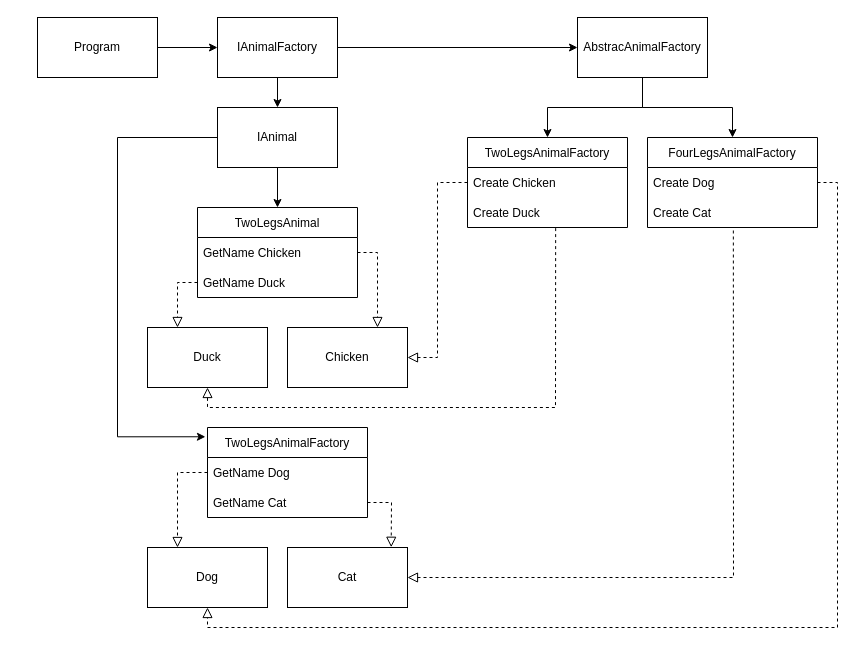
This is Abstract Factory.drawio from haihak/haihak, a draw.io file, before an edit. Source tidied: cells renumbered, new cells numbered last; positions are measured from the earlier drawing's top-left corner, leaving out a move shared by most shapes. Both pictures are drawn from the tidied source at 100%, with x=0, y=0 at pixel (37, 17).
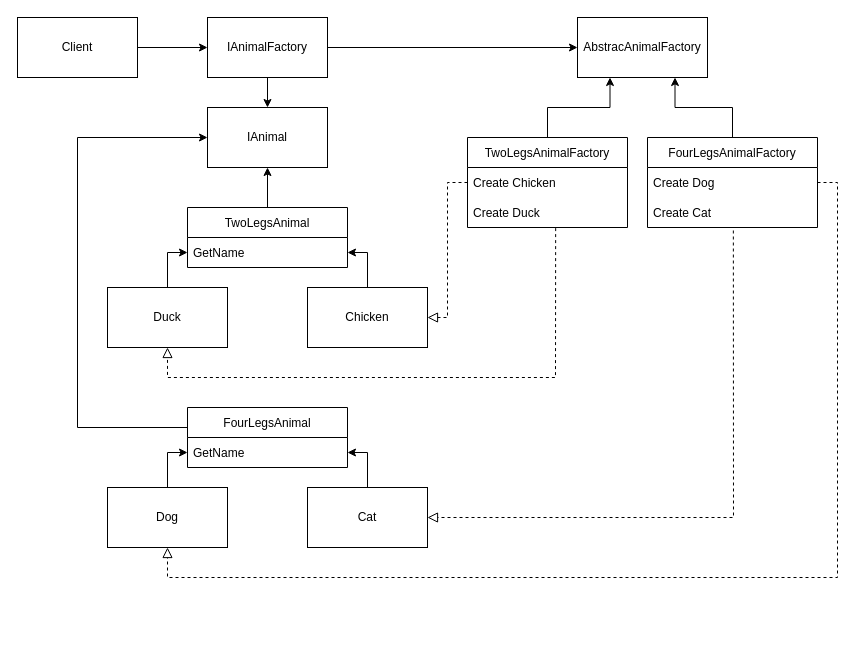
The same diagram, later.

Unchanged cells that the change refers to:
```xml
<mxCell id="12" value="AbstracAnimalFactory" style="rounded=0;whiteSpace=wrap;html=1;" parent="1" vertex="1">
  <mxGeometry x="540" width="130" height="60" as="geometry" />
</mxCell>
<mxCell id="13" value="TwoLegsAnimalFactory" style="swimlane;fontStyle=0;horizontal=1;startSize=30;" parent="1" vertex="1">
  <mxGeometry x="430" y="120" width="160" height="90" as="geometry" />
</mxCell>
<mxCell id="14" value="Create Chicken" style="text;strokeColor=none;fillColor=none;align=left;verticalAlign=middle;spacingLeft=4;spacingRight=4;overflow=hidden;points=[[0,0.5],[1,0.5]];portConstraint=eastwest;" parent="13" vertex="1">
  <mxGeometry y="30" width="160" height="30" as="geometry" />
</mxCell>
<mxCell id="15" value="Create Duck" style="text;strokeColor=none;fillColor=none;align=left;verticalAlign=middle;spacingLeft=4;spacingRight=4;overflow=hidden;points=[[0,0.5],[1,0.5]];portConstraint=eastwest;" parent="13" vertex="1">
  <mxGeometry y="60" width="160" height="30" as="geometry" />
</mxCell>
<mxCell id="16" value="FourLegsAnimalFactory" style="swimlane;fontStyle=0;horizontal=1;startSize=30;" parent="1" vertex="1">
  <mxGeometry x="610" y="120" width="170" height="90" as="geometry" />
</mxCell>
<mxCell id="17" value="Create Dog" style="text;strokeColor=none;fillColor=none;align=left;verticalAlign=middle;spacingLeft=4;spacingRight=4;overflow=hidden;points=[[0,0.5],[1,0.5]];portConstraint=eastwest;" parent="16" vertex="1">
  <mxGeometry y="30" width="170" height="30" as="geometry" />
</mxCell>
<mxCell id="18" value="Create Cat" style="text;strokeColor=none;fillColor=none;align=left;verticalAlign=middle;spacingLeft=4;spacingRight=4;overflow=hidden;points=[[0,0.5],[1,0.5]];portConstraint=eastwest;" parent="16" vertex="1">
  <mxGeometry y="60" width="170" height="30" as="geometry" />
</mxCell>
```

The edit, as a diff of the source:
```diff
@@
-    <mxCell id="3" value="Program" style="rounded=0;whiteSpace=wrap;html=1;" parent="1" vertex="1">
-      <mxGeometry width="120" height="60" as="geometry" />
+    <mxCell id="3" value="Client" style="rounded=0;whiteSpace=wrap;html=1;" parent="1" vertex="1">
+      <mxGeometry x="-20" width="120" height="60" as="geometry" />
     </mxCell>
@@
     <mxCell id="6" value="IAnimalFactory" style="rounded=0;whiteSpace=wrap;html=1;" parent="1" vertex="1">
-      <mxGeometry x="180" width="120" height="60" as="geometry" />
+      <mxGeometry x="170" width="120" height="60" as="geometry" />
     </mxCell>
-    <mxCell id="7" style="edgeStyle=orthogonalEdgeStyle;rounded=0;jettySize=auto;html=1;entryX=0.5;entryY=0;entryDx=0;entryDy=0;" parent="1" edge="1" source="9" target="27">
-      <mxGeometry relative="1" as="geometry" />
-    </mxCell>
-    <mxCell id="8" style="edgeStyle=orthogonalEdgeStyle;rounded=0;jettySize=auto;html=1;entryX=-0.013;entryY=0.103;entryDx=0;entryDy=0;entryPerimeter=0;" parent="1" edge="1" source="9" target="32">
-      <mxGeometry relative="1" as="geometry">
-        <Array as="points">
-          <mxPoint x="80" y="120" />
-          <mxPoint x="80" y="420" />
-          <mxPoint x="168" y="420" />
-        </Array>
-      </mxGeometry>
-    </mxCell>
     <mxCell id="9" value="IAnimal" style="rounded=0;whiteSpace=wrap;html=1;" parent="1" vertex="1">
-      <mxGeometry x="180" y="90" width="120" height="60" as="geometry" />
+      <mxGeometry x="170" y="90" width="120" height="60" as="geometry" />
     </mxCell>
-    <mxCell id="10" style="edgeStyle=orthogonalEdgeStyle;rounded=0;jettySize=auto;html=1;" parent="1" edge="1" source="12" target="13">
-      <mxGeometry relative="1" as="geometry" />
-    </mxCell>
-    <mxCell id="11" style="edgeStyle=orthogonalEdgeStyle;rounded=0;jettySize=auto;html=1;entryX=0.5;entryY=0;entryDx=0;entryDy=0;" parent="1" edge="1" source="12" target="16">
-      <mxGeometry relative="1" as="geometry" />
-    </mxCell>
@@
+    <mxCell id="37" style="edgeStyle=orthogonalEdgeStyle;rounded=0;jettySize=auto;html=1;entryX=0.25;entryY=1;entryDx=0;entryDy=0;" parent="1" edge="1" source="13" target="12">
+      <mxGeometry relative="1" as="geometry" />
+    </mxCell>
@@
+    <mxCell id="38" style="edgeStyle=orthogonalEdgeStyle;rounded=0;jettySize=auto;html=1;entryX=0.75;entryY=1;entryDx=0;entryDy=0;" parent="1" edge="1" source="16" target="12">
+      <mxGeometry relative="1" as="geometry" />
+    </mxCell>
@@
+    <mxCell id="39" style="edgeStyle=orthogonalEdgeStyle;rounded=0;jettySize=auto;html=1;entryX=0;entryY=0.5;entryDx=0;entryDy=0;" parent="1" edge="1" source="19" target="29">
+      <mxGeometry relative="1" as="geometry">
+        <Array as="points">
+          <mxPoint x="130" y="235" />
+        </Array>
+      </mxGeometry>
+    </mxCell>
     <mxCell id="19" value="Duck" style="rounded=0;whiteSpace=wrap;html=1;" parent="1" vertex="1">
-      <mxGeometry x="110" y="310" width="120" height="60" as="geometry" />
+      <mxGeometry x="70" y="270" width="120" height="60" as="geometry" />
     </mxCell>
+    <mxCell id="40" style="edgeStyle=orthogonalEdgeStyle;rounded=0;jettySize=auto;html=1;exitX=0.5;exitY=0;exitDx=0;exitDy=0;entryX=1;entryY=0.5;entryDx=0;entryDy=0;" parent="1" edge="1" source="20" target="29">
+      <mxGeometry relative="1" as="geometry">
+        <Array as="points">
+          <mxPoint x="330" y="235" />
+        </Array>
+      </mxGeometry>
+    </mxCell>
     <mxCell id="20" value="Chicken" style="rounded=0;whiteSpace=wrap;html=1;" parent="1" vertex="1">
-      <mxGeometry x="250" y="310" width="120" height="60" as="geometry" />
+      <mxGeometry x="270" y="270" width="120" height="60" as="geometry" />
     </mxCell>
     <mxCell id="21" style="endArrow=block;startArrow=none;endFill=0;startFill=0;endSize=8;html=1;verticalAlign=bottom;dashed=1;labelBackgroundColor=none;rounded=0;exitX=0;exitY=0.5;exitDx=0;exitDy=0;entryX=1;entryY=0.5;entryDx=0;entryDy=0;" parent="1" edge="1" source="14" target="20">
       <mxGeometry relative="1" as="geometry">
         <Array as="points">
-          <mxPoint x="400" y="165" />
-          <mxPoint x="400" y="340" />
+          <mxPoint x="410" y="165" />
+          <mxPoint x="410" y="300" />
         </Array>
       </mxGeometry>
     </mxCell>
     <mxCell id="22" style="endArrow=block;startArrow=none;endFill=0;startFill=0;endSize=8;html=1;verticalAlign=bottom;dashed=1;labelBackgroundColor=none;rounded=0;exitX=0.551;exitY=1.02;exitDx=0;exitDy=0;exitPerimeter=0;entryX=0.5;entryY=1;entryDx=0;entryDy=0;" parent="1" edge="1" source="15" target="19">
       <mxGeometry relative="1" as="geometry">
         <Array as="points">
-          <mxPoint x="518" y="390" />
-          <mxPoint x="170" y="390" />
+          <mxPoint x="518" y="360" />
+          <mxPoint x="320" y="360" />
+          <mxPoint x="130" y="360" />
         </Array>
       </mxGeometry>
     </mxCell>
+    <mxCell id="41" style="edgeStyle=orthogonalEdgeStyle;rounded=0;jettySize=auto;html=1;entryX=0;entryY=0.5;entryDx=0;entryDy=0;" parent="1" edge="1" source="23" target="34">
+      <mxGeometry relative="1" as="geometry" />
+    </mxCell>
     <mxCell id="23" value="Dog" style="rounded=0;whiteSpace=wrap;html=1;" parent="1" vertex="1">
-      <mxGeometry x="110" y="530" width="120" height="60" as="geometry" />
+      <mxGeometry x="70" y="470" width="120" height="60" as="geometry" />
     </mxCell>
+    <mxCell id="42" style="edgeStyle=orthogonalEdgeStyle;rounded=0;jettySize=auto;html=1;entryX=1;entryY=0.5;entryDx=0;entryDy=0;" parent="1" edge="1" source="24" target="34">
+      <mxGeometry relative="1" as="geometry" />
+    </mxCell>
     <mxCell id="24" value="Cat" style="rounded=0;whiteSpace=wrap;html=1;" parent="1" vertex="1">
-      <mxGeometry x="250" y="530" width="120" height="60" as="geometry" />
+      <mxGeometry x="270" y="470" width="120" height="60" as="geometry" />
     </mxCell>
     <mxCell id="25" style="endArrow=block;startArrow=none;endFill=0;startFill=0;endSize=8;html=1;verticalAlign=bottom;dashed=1;labelBackgroundColor=none;rounded=0;exitX=0.505;exitY=1.1;exitDx=0;exitDy=0;exitPerimeter=0;entryX=1;entryY=0.5;entryDx=0;entryDy=0;" parent="1" edge="1" source="18" target="24">
       <mxGeometry relative="1" as="geometry">
         <Array as="points">
-          <mxPoint x="696" y="560" />
+          <mxPoint x="696" y="500" />
         </Array>
       </mxGeometry>
     </mxCell>
     <mxCell id="26" style="endArrow=block;startArrow=none;endFill=0;startFill=0;endSize=8;html=1;verticalAlign=bottom;dashed=1;labelBackgroundColor=none;rounded=0;exitX=1;exitY=0.5;exitDx=0;exitDy=0;entryX=0.5;entryY=1;entryDx=0;entryDy=0;" parent="1" edge="1" source="17" target="23">
       <mxGeometry relative="1" as="geometry">
         <Array as="points">
           <mxPoint x="800" y="165" />
-          <mxPoint x="800" y="610" />
-          <mxPoint x="480" y="610" />
-          <mxPoint x="170" y="610" />
+          <mxPoint x="800" y="560" />
+          <mxPoint x="480" y="560" />
+          <mxPoint x="130" y="560" />
         </Array>
       </mxGeometry>
     </mxCell>
+    <mxCell id="43" style="edgeStyle=orthogonalEdgeStyle;rounded=0;jettySize=auto;html=1;entryX=0.5;entryY=1;entryDx=0;entryDy=0;" parent="1" edge="1" source="27" target="9">
+      <mxGeometry relative="1" as="geometry" />
+    </mxCell>
     <mxCell id="27" value="TwoLegsAnimal" style="swimlane;fontStyle=0;horizontal=1;startSize=30;" parent="1" vertex="1">
-      <mxGeometry x="160" y="190" width="160" height="90" as="geometry" />
+      <mxGeometry x="150" y="190" width="160" height="60" as="geometry" />
     </mxCell>
-    <mxCell id="28" value="GetName Chicken" style="text;strokeColor=none;fillColor=none;align=left;verticalAlign=middle;spacingLeft=4;spacingRight=4;overflow=hidden;points=[[0,0.5],[1,0.5]];portConstraint=eastwest;" parent="27" vertex="1">
-      <mxGeometry y="30" width="160" height="30" as="geometry" />
-    </mxCell>
-    <mxCell id="29" value="GetName Duck" style="text;strokeColor=none;fillColor=none;align=left;verticalAlign=middle;spacingLeft=4;spacingRight=4;overflow=hidden;points=[[0,0.5],[1,0.5]];portConstraint=eastwest;" parent="27" vertex="1">
-      <mxGeometry y="60" width="160" height="30" as="geometry" />
+    <mxCell id="29" value="GetName" style="text;strokeColor=none;fillColor=none;align=left;verticalAlign=middle;spacingLeft=4;spacingRight=4;overflow=hidden;points=[[0,0.5],[1,0.5]];portConstraint=eastwest;" parent="27" vertex="1">
+      <mxGeometry y="30" width="160" height="30" as="geometry" />
     </mxCell>
-    <mxCell id="30" style="endArrow=block;startArrow=none;endFill=0;startFill=0;endSize=8;html=1;verticalAlign=bottom;dashed=1;labelBackgroundColor=none;rounded=0;exitX=1;exitY=0.5;exitDx=0;exitDy=0;entryX=0.75;entryY=0;entryDx=0;entryDy=0;" parent="1" edge="1" source="28" target="20">
-      <mxGeometry relative="1" as="geometry">
-        <Array as="points">
-          <mxPoint x="340" y="235" />
-        </Array>
-      </mxGeometry>
-    </mxCell>
-    <mxCell id="31" style="endArrow=block;startArrow=none;endFill=0;startFill=0;endSize=8;html=1;verticalAlign=bottom;dashed=1;labelBackgroundColor=none;rounded=0;entryX=0.25;entryY=0;entryDx=0;entryDy=0;exitX=0;exitY=0.5;exitDx=0;exitDy=0;" parent="1" edge="1" source="29" target="19">
-      <mxGeometry relative="1" as="geometry">
-        <Array as="points">
-          <mxPoint x="140" y="265" />
-        </Array>
-      </mxGeometry>
-    </mxCell>
+    <mxCell id="44" style="edgeStyle=orthogonalEdgeStyle;rounded=0;jettySize=auto;html=1;entryX=0;entryY=0.5;entryDx=0;entryDy=0;" parent="1" edge="1" source="32" target="9">
+      <mxGeometry relative="1" as="geometry">
+        <Array as="points">
+          <mxPoint x="40" y="410" />
+          <mxPoint x="40" y="120" />
+        </Array>
+      </mxGeometry>
+    </mxCell>
-    <mxCell id="32" value="TwoLegsAnimalFactory" style="swimlane;fontStyle=0;horizontal=1;startSize=30;" parent="1" vertex="1">
-      <mxGeometry x="170" y="410" width="160" height="90" as="geometry" />
+    <mxCell id="32" value="FourLegsAnimal" style="swimlane;fontStyle=0;horizontal=1;startSize=30;" parent="1" vertex="1">
+      <mxGeometry x="150" y="390" width="160" height="60" as="geometry" />
     </mxCell>
-    <mxCell id="33" value="GetName Dog" style="text;strokeColor=none;fillColor=none;align=left;verticalAlign=middle;spacingLeft=4;spacingRight=4;overflow=hidden;points=[[0,0.5],[1,0.5]];portConstraint=eastwest;" parent="32" vertex="1">
-      <mxGeometry y="30" width="160" height="30" as="geometry" />
-    </mxCell>
-    <mxCell id="34" value="GetName Cat" style="text;strokeColor=none;fillColor=none;align=left;verticalAlign=middle;spacingLeft=4;spacingRight=4;overflow=hidden;points=[[0,0.5],[1,0.5]];portConstraint=eastwest;" parent="32" vertex="1">
-      <mxGeometry y="60" width="160" height="30" as="geometry" />
+    <mxCell id="34" value="GetName" style="text;strokeColor=none;fillColor=none;align=left;verticalAlign=middle;spacingLeft=4;spacingRight=4;overflow=hidden;points=[[0,0.5],[1,0.5]];portConstraint=eastwest;" parent="32" vertex="1">
+      <mxGeometry y="30" width="160" height="30" as="geometry" />
     </mxCell>
-    <mxCell id="35" style="endArrow=block;startArrow=none;endFill=0;startFill=0;endSize=8;html=1;verticalAlign=bottom;dashed=1;labelBackgroundColor=none;rounded=0;entryX=0.25;entryY=0;entryDx=0;entryDy=0;exitX=0;exitY=0.5;exitDx=0;exitDy=0;" parent="1" edge="1" source="33" target="23">
-      <mxGeometry relative="1" as="geometry">
-        <Array as="points">
-          <mxPoint x="140" y="455" />
-        </Array>
-      </mxGeometry>
-    </mxCell>
-    <mxCell id="36" style="endArrow=block;startArrow=none;endFill=0;startFill=0;endSize=8;html=1;verticalAlign=bottom;dashed=1;labelBackgroundColor=none;rounded=0;exitX=1;exitY=0.5;exitDx=0;exitDy=0;entryX=0.864;entryY=-0.004;entryDx=0;entryDy=0;entryPerimeter=0;" parent="1" edge="1" source="34" target="24">
-      <mxGeometry relative="1" as="geometry">
-        <Array as="points">
-          <mxPoint x="354" y="485" />
-        </Array>
-      </mxGeometry>
-    </mxCell>
```
